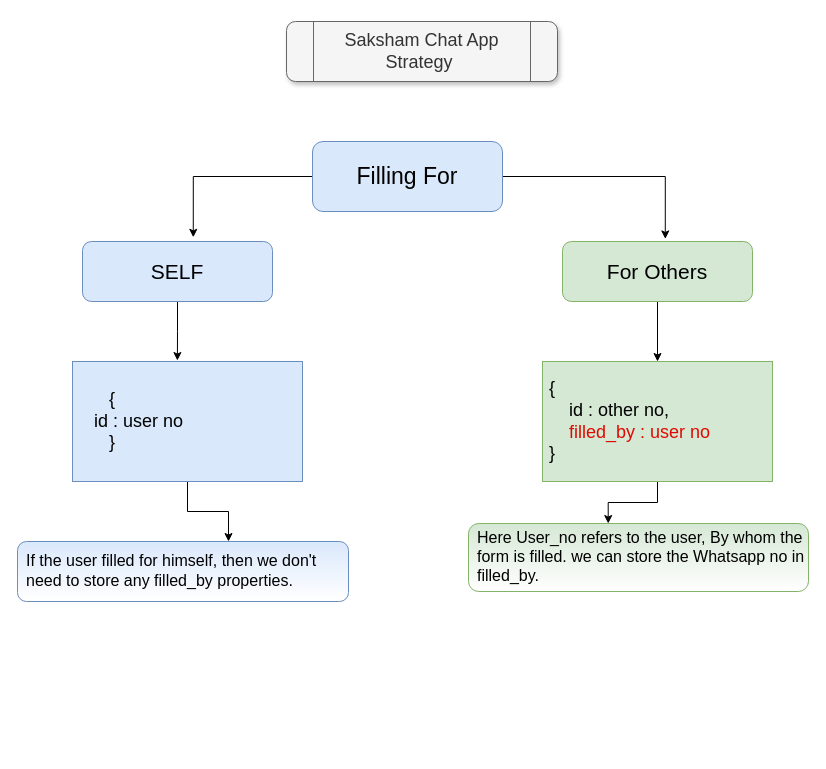
Before: Untitled Diagram.drawio in Raj-kar/Daigrams, a draw.io diagram. Source tidied: cells renumbered, new cells numbered last; positions are measured from the earlier drawing's top-left corner, leaving out a move shared by most shapes. Both pictures are drawn from the tidied source at 100%, with x=0, y=0 at pixel (17, 21).
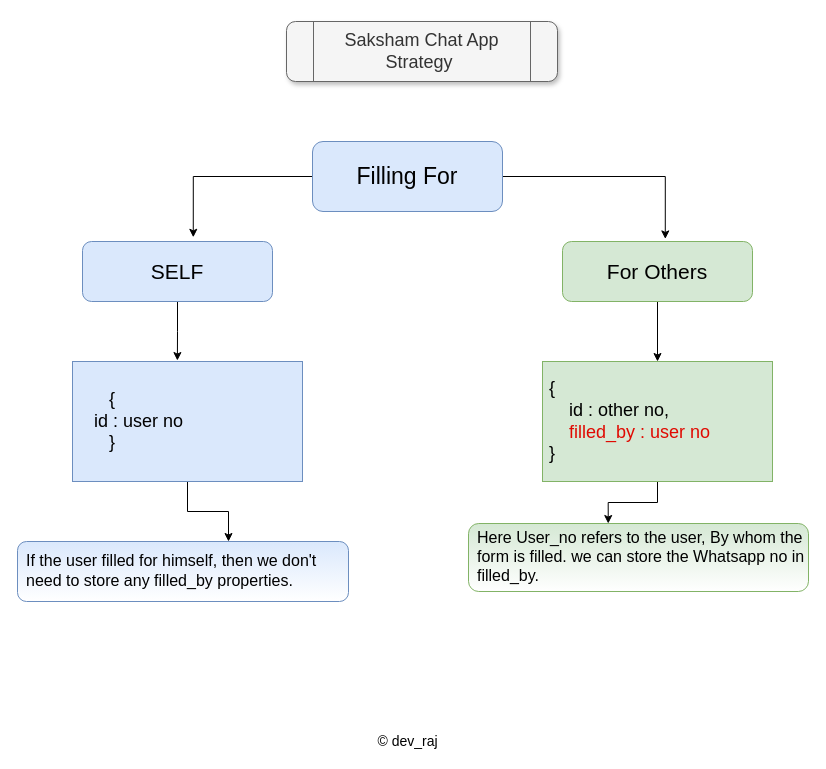
The same page after the edit.

Diff of the diagram source:
```diff
@@
 <mxGraphModel>
   <root>
     <mxCell id="0" />
     <mxCell id="1" parent="0" />
     <mxCell id="2" style="edgeStyle=orthogonalEdgeStyle;rounded=0;jettySize=auto;html=1;entryX=0.583;entryY=-0.07;entryDx=0;entryDy=0;entryPerimeter=0;" parent="1" edge="1" source="4" target="6">
       <mxGeometry relative="1" as="geometry" />
     </mxCell>
     <mxCell id="3" style="edgeStyle=orthogonalEdgeStyle;rounded=0;jettySize=auto;html=1;entryX=0.541;entryY=-0.043;entryDx=0;entryDy=0;entryPerimeter=0;" parent="1" edge="1" source="4" target="8">
       <mxGeometry relative="1" as="geometry" />
     </mxCell>
     <mxCell id="4" value="&lt;font style=&quot;font-size: 23px&quot;&gt;Filling For&lt;/font&gt;" style="rounded=1;whiteSpace=wrap;html=1;fillColor=#dae8fc;strokeColor=#6c8ebf;" parent="1" vertex="1">
       <mxGeometry x="295" y="120" width="190" height="70" as="geometry" />
     </mxCell>
     <mxCell id="5" style="edgeStyle=orthogonalEdgeStyle;rounded=0;jettySize=auto;html=1;entryX=0.456;entryY=-0.008;entryDx=0;entryDy=0;entryPerimeter=0;" parent="1" edge="1" source="6" target="10">
       <mxGeometry relative="1" as="geometry" />
     </mxCell>
     <mxCell id="6" value="&lt;font style=&quot;font-size: 21px&quot;&gt;SELF&lt;/font&gt;" style="rounded=1;whiteSpace=wrap;html=1;fillColor=#dae8fc;strokeColor=#6c8ebf;" parent="1" vertex="1">
       <mxGeometry x="65" y="220" width="190" height="60" as="geometry" />
     </mxCell>
     <mxCell id="7" style="edgeStyle=orthogonalEdgeStyle;rounded=0;jettySize=auto;html=1;entryX=0.5;entryY=0;entryDx=0;entryDy=0;" parent="1" edge="1" source="8" target="12">
       <mxGeometry relative="1" as="geometry" />
     </mxCell>
     <mxCell id="8" value="&lt;font style=&quot;font-size: 21px&quot;&gt;For Others&lt;/font&gt;" style="rounded=1;whiteSpace=wrap;html=1;fillColor=#d5e8d4;strokeColor=#82b366;" parent="1" vertex="1">
       <mxGeometry x="545" y="220" width="190" height="60" as="geometry" />
     </mxCell>
     <mxCell id="9" style="edgeStyle=orthogonalEdgeStyle;rounded=0;jettySize=auto;html=1;" parent="1" edge="1" source="10" target="15">
       <mxGeometry relative="1" as="geometry">
         <Array as="points">
           <mxPoint x="170" y="490" />
           <mxPoint x="211" y="490" />
         </Array>
       </mxGeometry>
     </mxCell>
     <mxCell id="10" value="&lt;font style=&quot;font-size: 18px&quot;&gt;&amp;nbsp; &amp;nbsp; &amp;nbsp; &amp;nbsp;{ &lt;br&gt;&lt;span style=&quot;white-space: pre&quot;&gt; &lt;/span&gt;&amp;nbsp; &amp;nbsp;id : user no&lt;br&gt;&amp;nbsp; &amp;nbsp; &amp;nbsp; &amp;nbsp;}&lt;br&gt;&lt;/font&gt;" style="rounded=0;whiteSpace=wrap;html=1;align=left;fillColor=#dae8fc;strokeColor=#6c8ebf;" parent="1" vertex="1">
       <mxGeometry x="55" y="340" width="230" height="120" as="geometry" />
     </mxCell>
     <mxCell id="11" style="edgeStyle=orthogonalEdgeStyle;rounded=0;jettySize=auto;html=1;entryX=0.411;entryY=0;entryDx=0;entryDy=0;entryPerimeter=0;" parent="1" edge="1" source="12" target="14">
       <mxGeometry relative="1" as="geometry" />
     </mxCell>
     <mxCell id="12" value="&lt;font style=&quot;font-size: 18px&quot;&gt;&amp;nbsp; &amp;nbsp; &amp;nbsp; &amp;nbsp;&lt;br&gt;&lt;span style=&quot;white-space: pre&quot;&gt; &lt;/span&gt;{ &lt;br&gt;&lt;span style=&quot;white-space: pre&quot;&gt; &lt;/span&gt;&amp;nbsp; &amp;nbsp; id : other no,&lt;br&gt;&lt;span style=&quot;white-space: pre&quot;&gt; &lt;/span&gt;&amp;nbsp; &amp;nbsp; &lt;font color=&quot;#e00a02&quot;&gt;filled_by : user no&lt;/font&gt;&lt;br&gt;&lt;span style=&quot;white-space: pre&quot;&gt; &lt;/span&gt;}&lt;br&gt;&lt;br&gt;&lt;/font&gt;" style="rounded=0;whiteSpace=wrap;html=1;align=left;fillColor=#d5e8d4;strokeColor=#82b366;" parent="1" vertex="1">
       <mxGeometry x="525" y="340" width="230" height="120" as="geometry" />
     </mxCell>
     <mxCell id="13" value="&lt;font style=&quot;font-size: 18px&quot;&gt;Saksham Chat App&lt;br&gt;Strategy&amp;nbsp;&lt;br&gt;&lt;/font&gt;" style="shape=process;whiteSpace=wrap;html=1;backgroundOutline=1;fillColor=#f5f5f5;strokeColor=#666666;fontColor=#333333;glass=0;shadow=1;rounded=1;" parent="1" vertex="1">
       <mxGeometry x="269" width="271" height="60" as="geometry" />
     </mxCell>
     <mxCell id="14" value="&lt;blockquote style=&quot;margin: 0 0 0 40px ; border: none ; padding: 0px&quot;&gt;&lt;/blockquote&gt;&lt;blockquote style=&quot;margin: 0 0 0 40px ; border: none ; padding: 0px&quot;&gt;&lt;/blockquote&gt;&lt;span style=&quot;font-size: 16px&quot;&gt;Here User_no refers to the user, By whom&amp;nbsp;&lt;/span&gt;&lt;font style=&quot;font-size: 16px&quot;&gt;the form is filled. we can store the Whatsapp no in filled_by.&lt;/font&gt;" style="rounded=1;whiteSpace=wrap;html=1;align=left;fillColor=#d5e8d4;padding=3;shadow=0;strokeWidth=1;imageAspect=1;labelPadding=72;noLabel=0;spacingTop=1;spacingLeft=7;spacingBottom=3;strokeColor=#82b366;gradientColor=#ffffff;" parent="1" vertex="1">
       <mxGeometry x="451" y="502" width="340" height="68" as="geometry" />
     </mxCell>
     <mxCell id="15" value="&lt;blockquote style=&quot;margin: 0 0 0 40px ; border: none ; padding: 0px&quot;&gt;&lt;/blockquote&gt;&lt;blockquote style=&quot;margin: 0 0 0 40px ; border: none ; padding: 0px&quot;&gt;&lt;/blockquote&gt;&lt;span style=&quot;font-size: 16px&quot;&gt;If the user filled for himself, then we don't need to store any filled_by properties.&lt;/span&gt;" style="rounded=1;whiteSpace=wrap;html=1;align=left;fillColor=#dae8fc;padding=3;shadow=0;strokeWidth=1;imageAspect=1;labelPadding=72;noLabel=0;spacingTop=1;spacingLeft=7;spacingBottom=3;strokeColor=#6c8ebf;gradientColor=#ffffff;" parent="1" vertex="1">
       <mxGeometry y="520" width="331" height="60" as="geometry" />
     </mxCell>
+    <mxCell id="16" value="&lt;span style=&quot;font-family: &amp;#34;arial&amp;#34; , sans-serif ; background-color: rgb(255 , 255 , 255)&quot;&gt;&lt;font style=&quot;font-size: 14px&quot;&gt;© dev_raj&lt;/font&gt;&lt;/span&gt;" style="text;html=1;align=center;verticalAlign=middle;strokeColor=none;fillColor=none;" parent="1" vertex="1">
+      <mxGeometry x="350" y="710" width="80" height="20" as="geometry" />
+    </mxCell>
   </root>
 </mxGraphModel>
```
